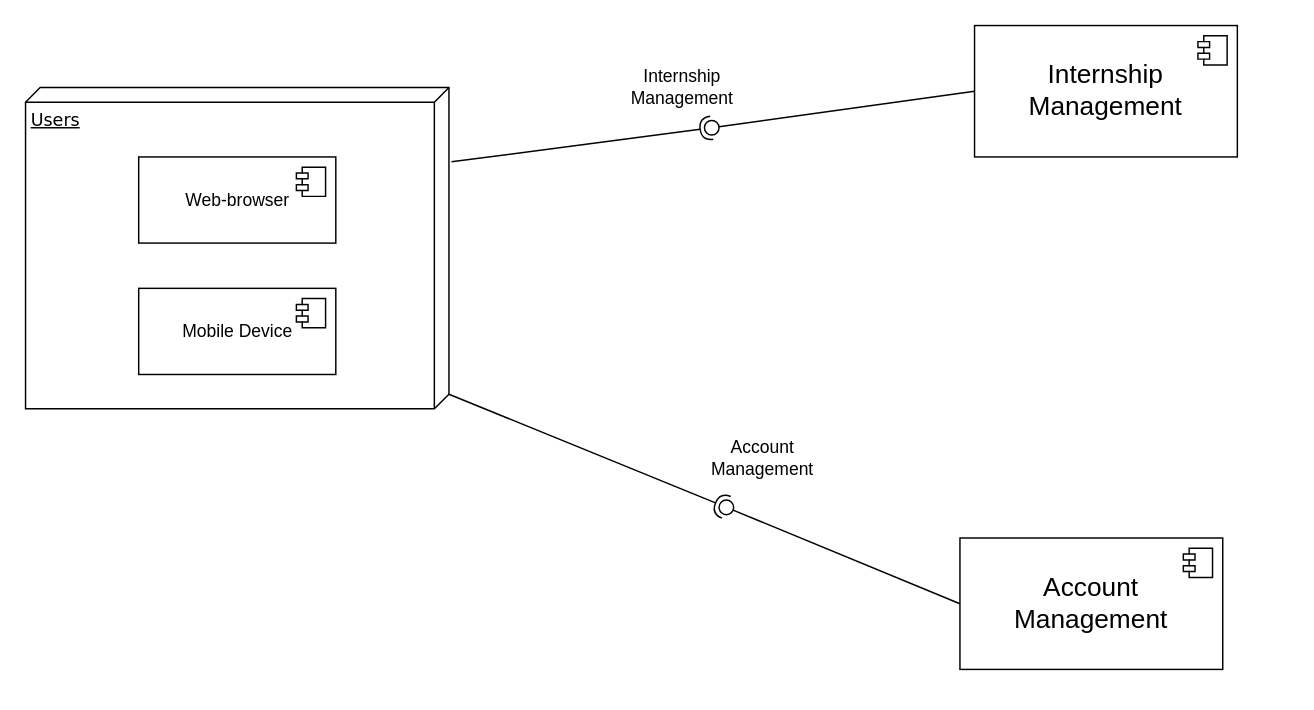
Above: DD/Misc/Component.drawio in Zero3474/AlkhetiarBonardi (draw.io), before the change. Source tidied: cells renumbered, new cells numbered last; positions are measured from the earlier drawing's top-left corner, leaving out a move shared by most shapes. Both pictures are drawn from the tidied source at 146%, with x=0, y=0 at pixel (25, 25).
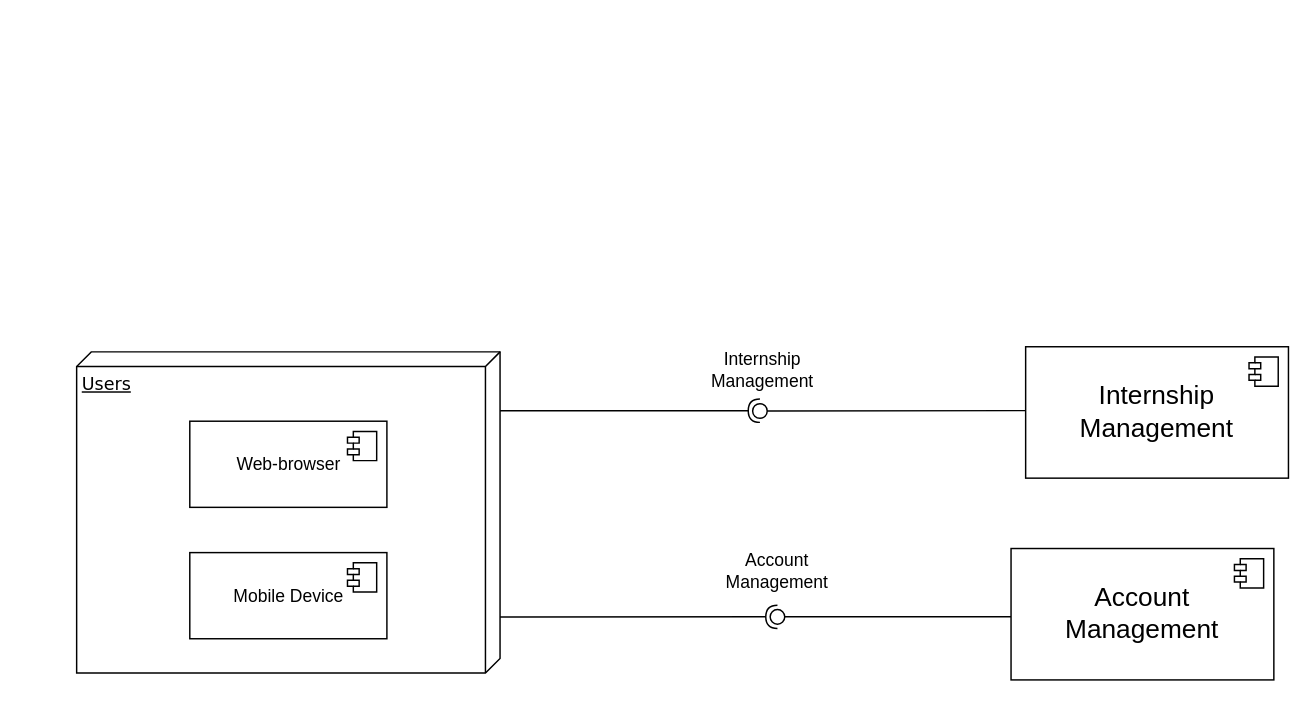
After the change.

Commit message (it also covers changes not shown here):
Updated Component views

Change to the diagram source:
```diff
@@
     <mxCell id="2" value="Users" style="verticalAlign=top;align=left;spacingTop=8;spacingLeft=2;spacingRight=12;shape=cube;size=10;direction=south;fontStyle=4;html=1;rounded=0;shadow=0;comic=0;labelBackgroundColor=none;strokeWidth=1;fontFamily=Verdana;fontSize=12;" parent="1" vertex="1">
-      <mxGeometry y="42.5" width="290" height="220" as="geometry" />
+      <mxGeometry x="35" y="223.5" width="290" height="220" as="geometry" />
     </mxCell>
-    <mxCell id="3" style="rounded=0;jettySize=auto;html=1;endArrow=halfCircle;endFill=0;endSize=6;strokeWidth=1;sketch=0;exitX=0.231;exitY=-0.006;exitDx=0;exitDy=0;exitPerimeter=0;" parent="1" edge="1" source="2">
+    <mxCell id="3" style="rounded=0;orthogonalLoop=1;jettySize=auto;html=1;endArrow=halfCircle;endFill=0;endSize=6;strokeWidth=1;sketch=0;" parent="1" edge="1">
       <mxGeometry relative="1" as="geometry">
-        <mxPoint x="470" y="70" as="targetPoint" />
+        <mxPoint x="325" y="263.8" as="sourcePoint" />
+        <mxPoint x="503" y="263.8" as="targetPoint" />
       </mxGeometry>
     </mxCell>
-    <mxCell id="4" style="rounded=0;jettySize=auto;html=1;endArrow=oval;endFill=0;sketch=0;sourcePerimeterSpacing=0;targetPerimeterSpacing=0;endSize=10;exitX=0;exitY=0.5;exitDx=0;exitDy=0;" parent="1" edge="1" source="10">
+    <mxCell id="4" style="rounded=0;jettySize=auto;html=1;endArrow=oval;endFill=0;sketch=0;sourcePerimeterSpacing=0;targetPerimeterSpacing=0;endSize=10;exitX=0.001;exitY=0.486;exitDx=0;exitDy=0;exitPerimeter=0;" parent="1" edge="1" source="10">
       <mxGeometry relative="1" as="geometry">
-        <mxPoint x="470" y="70" as="targetPoint" />
+        <mxPoint x="503" y="264" as="targetPoint" />
       </mxGeometry>
     </mxCell>
     <mxCell id="5" value="Internship Management" style="text;html=1;align=center;verticalAlign=middle;whiteSpace=wrap;rounded=0;" parent="1" vertex="1">
-      <mxGeometry x="405" y="26.2" width="90" height="32.5" as="geometry" />
+      <mxGeometry x="460" y="220" width="90" height="32.5" as="geometry" />
     </mxCell>
-    <mxCell id="6" style="ellipse;whiteSpace=wrap;html=1;align=center;fillColor=none;strokeColor=none;perimeter=centerPerimeter;" parent="1" vertex="1">
-      <mxGeometry x="413" y="441" width="10" height="10" as="geometry" />
-    </mxCell>
-    <mxCell id="7" style="rounded=0;jettySize=auto;html=1;endArrow=halfCircle;endFill=0;endSize=6;strokeWidth=1;sketch=0;exitX=0;exitY=0;exitDx=210;exitDy=0;exitPerimeter=0;" parent="1" edge="1" source="2">
+    <mxCell id="7" style="rounded=0;orthogonalLoop=1;jettySize=auto;html=1;endArrow=halfCircle;endFill=0;endSize=6;strokeWidth=1;sketch=0;exitX=0.898;exitY=0;exitDx=0;exitDy=0;exitPerimeter=0;" parent="1" edge="1">
       <mxGeometry relative="1" as="geometry">
-        <mxPoint x="480" y="330" as="targetPoint" />
+        <mxPoint x="325" y="405.1" as="sourcePoint" />
+        <mxPoint x="515" y="405" as="targetPoint" />
       </mxGeometry>
     </mxCell>
-    <mxCell id="8" style="rounded=0;jettySize=auto;html=1;endArrow=oval;endFill=0;sketch=0;sourcePerimeterSpacing=0;targetPerimeterSpacing=0;endSize=10;exitX=0;exitY=0.5;exitDx=0;exitDy=0;" parent="1" edge="1" source="12">
+    <mxCell id="8" style="rounded=0;jettySize=auto;html=1;endArrow=oval;endFill=0;sketch=0;sourcePerimeterSpacing=0;targetPerimeterSpacing=0;endSize=10;exitX=0;exitY=0.519;exitDx=0;exitDy=0;exitPerimeter=0;" parent="1" edge="1" source="12">
       <mxGeometry relative="1" as="geometry">
-        <mxPoint x="480" y="330" as="targetPoint" />
+        <mxPoint x="515" y="405" as="targetPoint" />
       </mxGeometry>
     </mxCell>
     <mxCell id="9" value="&lt;div&gt;Account&lt;/div&gt;&lt;div&gt;Management&lt;/div&gt;" style="text;html=1;align=center;verticalAlign=middle;whiteSpace=wrap;rounded=0;" parent="1" vertex="1">
-      <mxGeometry x="460" y="280" width="90" height="32.5" as="geometry" />
+      <mxGeometry x="470" y="358.2" width="90" height="32.5" as="geometry" />
     </mxCell>
     <mxCell id="10" value="&lt;div&gt;&lt;font style=&quot;font-size: 18px;&quot;&gt;Internship&lt;/font&gt;&lt;/div&gt;&lt;div&gt;&lt;font style=&quot;font-size: 18px;&quot;&gt;Management&lt;br&gt;&lt;/font&gt;&lt;/div&gt;" style="html=1;whiteSpace=wrap;" parent="1" vertex="1">
-      <mxGeometry x="650" width="180" height="90" as="geometry" />
+      <mxGeometry x="685" y="220" width="180" height="90" as="geometry" />
     </mxCell>
@@
     <mxCell id="12" value="&lt;div&gt;&lt;font style=&quot;font-size: 18px;&quot;&gt;Account&lt;/font&gt;&lt;/div&gt;&lt;div&gt;&lt;font style=&quot;font-size: 18px;&quot;&gt;Management&lt;br&gt;&lt;/font&gt;&lt;/div&gt;" style="html=1;whiteSpace=wrap;" parent="1" vertex="1">
-      <mxGeometry x="640" y="351" width="180" height="90" as="geometry" />
+      <mxGeometry x="675" y="358.2" width="180" height="90" as="geometry" />
     </mxCell>
@@
     <mxCell id="14" value="&lt;div align=&quot;center&quot;&gt;Web-browser&lt;/div&gt;" style="html=1;whiteSpace=wrap;" parent="1" vertex="1">
-      <mxGeometry x="77.5" y="90" width="135" height="59" as="geometry" />
+      <mxGeometry x="112.5" y="271" width="135" height="59" as="geometry" />
     </mxCell>
@@
     <mxCell id="16" value="&lt;div align=&quot;center&quot;&gt;Mobile Device&lt;/div&gt;" style="html=1;whiteSpace=wrap;" parent="1" vertex="1">
-      <mxGeometry x="77.5" y="180" width="135" height="59" as="geometry" />
+      <mxGeometry x="112.5" y="361" width="135" height="59" as="geometry" />
     </mxCell>
```
